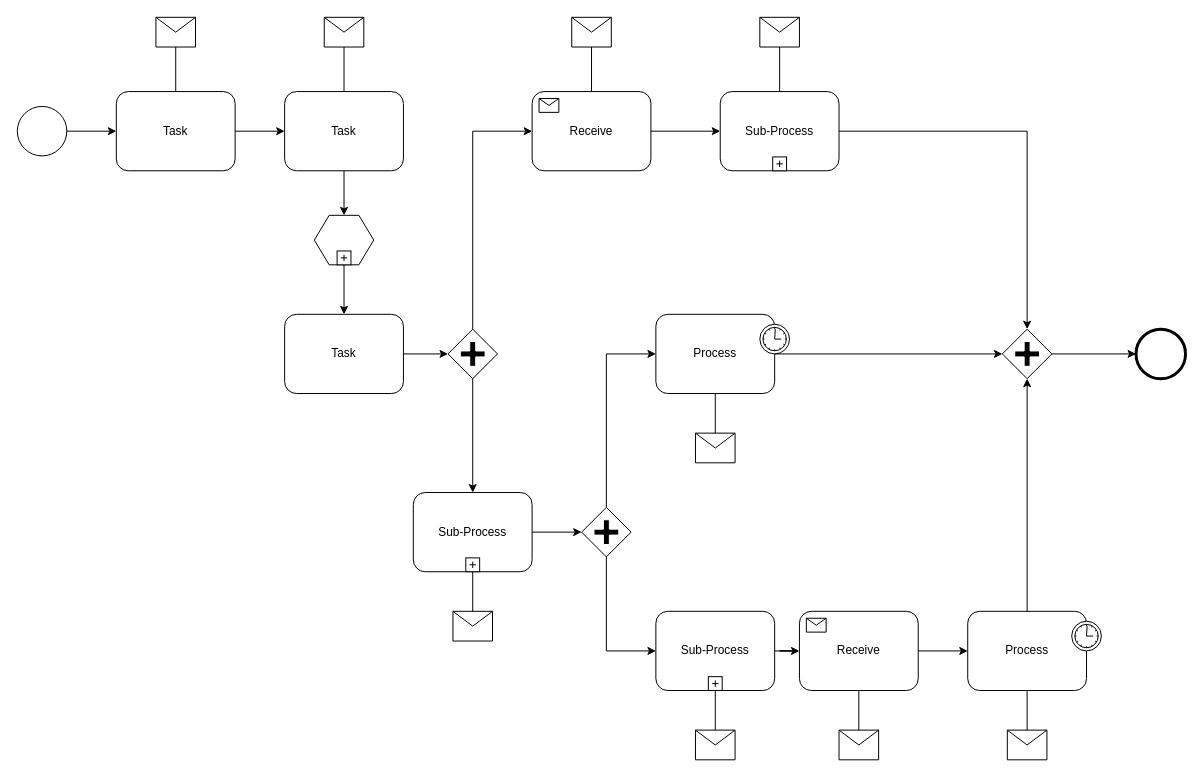
frankyzf/drawio keeps this draw.io diagram as 字画文化数据流程.drawio. Above is the earlier version. Source tidied: cells renumbered, new cells numbered last; positions are measured from the earlier drawing's top-left corner, leaving out a move shared by most shapes. Both pictures are drawn from the tidied source at 99%, with x=0, y=0 at pixel (17, 17).
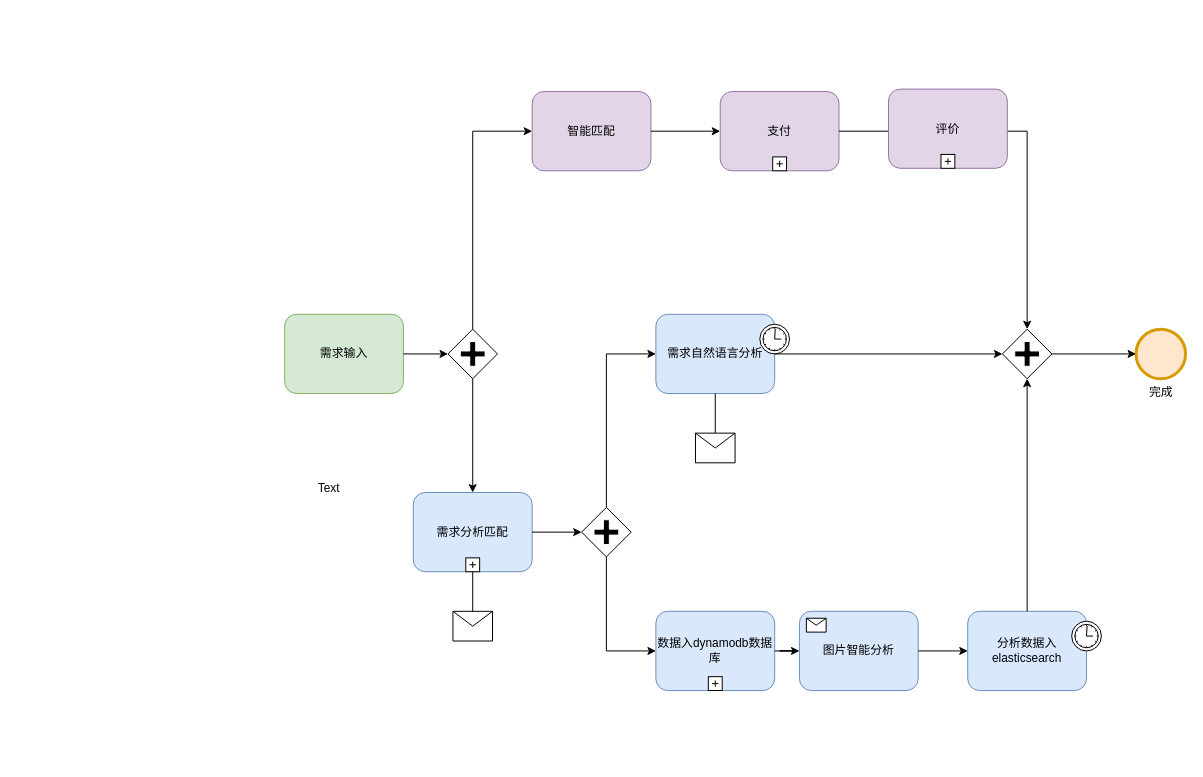
The same diagram, later.

Commit message:
Update 字画文化数据流程.drawio

The edit, as a diff of the source:
```diff
@@
-    <mxCell id="2" style="shape=mxgraph.bpmn.shape;html=1;verticalLabelPosition=bottom;labelBackgroundColor=#ffffff;verticalAlign=top;perimeter=ellipsePerimeter;outline=standard;symbol=general;" parent="1" vertex="1">
-      <mxGeometry y="90" width="50" height="50" as="geometry" />
-    </mxCell>
-    <mxCell id="3" value="Task" style="shape=ext;rounded=1;html=1;whiteSpace=wrap;" parent="1" vertex="1">
-      <mxGeometry x="100" y="75" width="120" height="80" as="geometry" />
-    </mxCell>
-    <mxCell id="4" value="Task" style="shape=ext;rounded=1;html=1;whiteSpace=wrap;" parent="1" vertex="1">
-      <mxGeometry x="270" y="75" width="120" height="80" as="geometry" />
-    </mxCell>
-    <mxCell id="5" style="shape=message;whiteSpace=wrap;html=1;" parent="1" vertex="1">
-      <mxGeometry x="140" width="40" height="30" as="geometry" />
-    </mxCell>
-    <mxCell id="6" style="shape=message;whiteSpace=wrap;html=1;" parent="1" vertex="1">
-      <mxGeometry x="310" width="40" height="30" as="geometry" />
-    </mxCell>
-    <mxCell id="7" style="shape=hexagon;whiteSpace=wrap;html=1;perimeter=hexagonPerimeter;" parent="1" vertex="1">
-      <mxGeometry x="300" y="200" width="60" height="50" as="geometry" />
-    </mxCell>
-    <mxCell id="8" style="html=1;shape=plus;" parent="7" vertex="1">
-      <mxGeometry x="0.5" y="1" width="14" height="14" relative="1" as="geometry">
-        <mxPoint x="-7" y="-14" as="offset" />
-      </mxGeometry>
-    </mxCell>
-    <mxCell id="9" value="Task" style="shape=ext;rounded=1;html=1;whiteSpace=wrap;" parent="1" vertex="1">
+    <mxCell id="9" value="需求输入" style="shape=ext;rounded=1;html=1;whiteSpace=wrap;fillColor=#d5e8d4;strokeColor=#82b366;" parent="1" vertex="1">
       <mxGeometry x="270" y="300" width="120" height="80" as="geometry" />
     </mxCell>
@@
-    <mxCell id="11" value="Sub-Process" style="html=1;whiteSpace=wrap;rounded=1;" parent="1" vertex="1">
+    <mxCell id="11" value="支付" style="html=1;whiteSpace=wrap;rounded=1;fillColor=#e1d5e7;strokeColor=#9673a6;" parent="1" vertex="1">
       <mxGeometry x="710" y="75" width="120" height="80" as="geometry" />
     </mxCell>
@@
-    <mxCell id="13" value="Receive" style="html=1;whiteSpace=wrap;rounded=1;" parent="1" vertex="1">
+    <mxCell id="13" value="智能匹配" style="html=1;whiteSpace=wrap;rounded=1;fillColor=#e1d5e7;strokeColor=#9673a6;" parent="1" vertex="1">
       <mxGeometry x="520" y="75" width="120" height="80" as="geometry" />
     </mxCell>
-    <mxCell id="14" style="html=1;shape=message;" parent="13" vertex="1">
-      <mxGeometry width="20" height="14" relative="1" as="geometry">
-        <mxPoint x="7" y="7" as="offset" />
-      </mxGeometry>
-    </mxCell>
-    <mxCell id="15" value="Process" style="html=1;whiteSpace=wrap;rounded=1;" parent="1" vertex="1">
+    <mxCell id="15" value="需求自然语言分析" style="html=1;whiteSpace=wrap;rounded=1;fillColor=#dae8fc;strokeColor=#6c8ebf;" parent="1" vertex="1">
       <mxGeometry x="645" y="300" width="120" height="80" as="geometry" />
     </mxCell>
@@
-    <mxCell id="17" value="Process" style="html=1;whiteSpace=wrap;rounded=1;" parent="1" vertex="1">
+    <mxCell id="17" value="&lt;span&gt;分析数据入elasticsearch&lt;/span&gt;" style="html=1;whiteSpace=wrap;rounded=1;fillColor=#dae8fc;strokeColor=#6c8ebf;" parent="1" vertex="1">
       <mxGeometry x="960" y="600" width="120" height="80" as="geometry" />
     </mxCell>
@@
-    <mxCell id="19" value="Receive" style="html=1;whiteSpace=wrap;rounded=1;" parent="1" vertex="1">
+    <mxCell id="19" value="图片智能分析" style="html=1;whiteSpace=wrap;rounded=1;fillColor=#dae8fc;strokeColor=#6c8ebf;" parent="1" vertex="1">
       <mxGeometry x="790" y="600" width="120" height="80" as="geometry" />
     </mxCell>
@@
-    <mxCell id="21" value="Sub-Process" style="html=1;whiteSpace=wrap;rounded=1;" parent="1" vertex="1">
+    <mxCell id="21" value="数据入dynamodb数据库" style="html=1;whiteSpace=wrap;rounded=1;fillColor=#dae8fc;strokeColor=#6c8ebf;" parent="1" vertex="1">
       <mxGeometry x="645" y="600" width="120" height="80" as="geometry" />
     </mxCell>
@@
-    <mxCell id="24" style="shape=mxgraph.bpmn.shape;html=1;verticalLabelPosition=bottom;labelBackgroundColor=#ffffff;verticalAlign=top;perimeter=ellipsePerimeter;outline=end;symbol=general;" parent="1" vertex="1">
+    <mxCell id="24" value="完成" style="shape=mxgraph.bpmn.shape;html=1;verticalLabelPosition=bottom;labelBackgroundColor=#ffffff;verticalAlign=top;perimeter=ellipsePerimeter;outline=end;symbol=general;fillColor=#ffe6cc;strokeColor=#d79b00;" parent="1" vertex="1">
       <mxGeometry x="1130" y="315" width="50" height="50" as="geometry" />
     </mxCell>
-    <mxCell id="25" style="shape=message;whiteSpace=wrap;html=1;" parent="1" vertex="1">
-      <mxGeometry x="560" width="40" height="30" as="geometry" />
-    </mxCell>
-    <mxCell id="26" style="shape=message;whiteSpace=wrap;html=1;" parent="1" vertex="1">
-      <mxGeometry x="750" width="40" height="30" as="geometry" />
-    </mxCell>
-    <mxCell id="27" value="Sub-Process" style="html=1;whiteSpace=wrap;rounded=1;" parent="1" vertex="1">
+    <mxCell id="27" value="需求分析匹配" style="html=1;whiteSpace=wrap;rounded=1;fillColor=#dae8fc;strokeColor=#6c8ebf;" parent="1" vertex="1">
       <mxGeometry x="400" y="480" width="120" height="80" as="geometry" />
     </mxCell>
@@
-    <mxCell id="30" style="shape=message;whiteSpace=wrap;html=1;" parent="1" vertex="1">
-      <mxGeometry x="830" y="720" width="40" height="30" as="geometry" />
-    </mxCell>
-    <mxCell id="31" style="shape=message;whiteSpace=wrap;html=1;" parent="1" vertex="1">
-      <mxGeometry x="1000" y="720" width="40" height="30" as="geometry" />
-    </mxCell>
-    <mxCell id="32" style="shape=message;whiteSpace=wrap;html=1;" parent="1" vertex="1">
-      <mxGeometry x="685" y="720" width="40" height="30" as="geometry" />
-    </mxCell>
@@
-    <mxCell id="34" style="edgeStyle=orthogonalEdgeStyle;rounded=0;html=1;jettySize=auto;" parent="1" edge="1" source="2" target="3">
-      <mxGeometry relative="1" as="geometry" />
-    </mxCell>
-    <mxCell id="35" style="edgeStyle=orthogonalEdgeStyle;rounded=0;html=1;jettySize=auto;endArrow=none;endFill=0;" parent="1" edge="1" source="5" target="3">
-      <mxGeometry relative="1" as="geometry" />
-    </mxCell>
-    <mxCell id="36" style="edgeStyle=orthogonalEdgeStyle;rounded=0;html=1;jettySize=auto;endArrow=none;endFill=0;" parent="1" edge="1" source="6" target="4">
-      <mxGeometry relative="1" as="geometry" />
-    </mxCell>
-    <mxCell id="37" style="edgeStyle=orthogonalEdgeStyle;rounded=0;html=1;jettySize=auto;" parent="1" edge="1" source="3" target="4">
-      <mxGeometry relative="1" as="geometry" />
-    </mxCell>
@@
-    <mxCell id="39" style="edgeStyle=orthogonalEdgeStyle;rounded=0;html=1;jettySize=auto;endArrow=none;endFill=0;" parent="1" edge="1" source="25" target="13">
-      <mxGeometry relative="1" as="geometry" />
-    </mxCell>
-    <mxCell id="40" style="edgeStyle=orthogonalEdgeStyle;rounded=0;html=1;jettySize=auto;endArrow=none;endFill=0;" parent="1" edge="1" source="26" target="11">
-      <mxGeometry relative="1" as="geometry" />
-    </mxCell>
@@
-    <mxCell id="45" style="edgeStyle=orthogonalEdgeStyle;rounded=0;html=1;jettySize=auto;" parent="1" edge="1" source="4" target="7">
-      <mxGeometry relative="1" as="geometry" />
-    </mxCell>
-    <mxCell id="46" style="edgeStyle=orthogonalEdgeStyle;rounded=0;html=1;jettySize=auto;" parent="1" edge="1" source="7" target="9">
-      <mxGeometry relative="1" as="geometry" />
-    </mxCell>
@@
-    <mxCell id="57" style="edgeStyle=orthogonalEdgeStyle;rounded=0;html=1;jettySize=auto;endArrow=none;endFill=0;" parent="1" edge="1" source="32" target="21">
-      <mxGeometry relative="1" as="geometry" />
-    </mxCell>
-    <mxCell id="58" style="edgeStyle=orthogonalEdgeStyle;rounded=0;html=1;jettySize=auto;endArrow=none;endFill=0;" parent="1" edge="1" source="30" target="19">
-      <mxGeometry relative="1" as="geometry" />
-    </mxCell>
-    <mxCell id="59" style="edgeStyle=orthogonalEdgeStyle;rounded=0;html=1;jettySize=auto;endArrow=none;endFill=0;" parent="1" edge="1" source="31" target="17">
-      <mxGeometry relative="1" as="geometry" />
-    </mxCell>
@@
+    <mxCell id="61" value="评价" style="html=1;whiteSpace=wrap;rounded=1;fillColor=#e1d5e7;strokeColor=#9673a6;" parent="1" vertex="1">
+      <mxGeometry x="880" y="72.5" width="120" height="80" as="geometry" />
+    </mxCell>
+    <mxCell id="62" style="html=1;shape=plus;" parent="61" vertex="1">
+      <mxGeometry x="0.5" y="1" width="14" height="14" relative="1" as="geometry">
+        <mxPoint x="-7" y="-14" as="offset" />
+      </mxGeometry>
+    </mxCell>
+    <mxCell id="63" value="Text" style="text;html=1;align=left;verticalAlign=top;spacingTop=-4;" parent="1" vertex="1">
+      <mxGeometry x="302" y="466" width="40" height="20" as="geometry" />
+    </mxCell>
```
